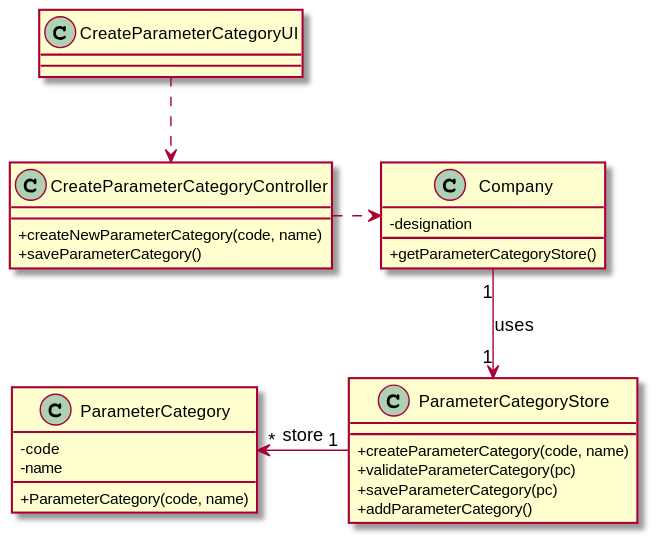
Above: docs/SprintC/US11/UC11_CD.svg in GuilhermeCunha79/lapr2 (PlantUML), before the change.
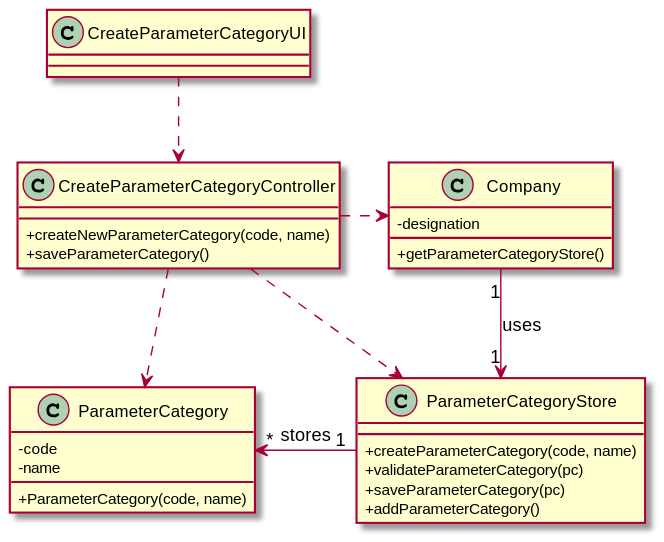
After the change.

The edit, as a diff of the source:
```diff
@@ -31,6 +31,7 @@
 CreateParameterCategoryUI ..> CreateParameterCategoryController
 CreateParameterCategoryController .right.> Company
 Company"1" --> "1"ParameterCategoryStore : uses
-ParameterCategoryStore"1" -left-> "*"ParameterCategory : store
-
+ParameterCategoryStore"1" -left-> "*"ParameterCategory : stores
+CreateParameterCategoryController ..> ParameterCategory
+CreateParameterCategoryController ..> ParameterCategoryStore
 @enduml
```
